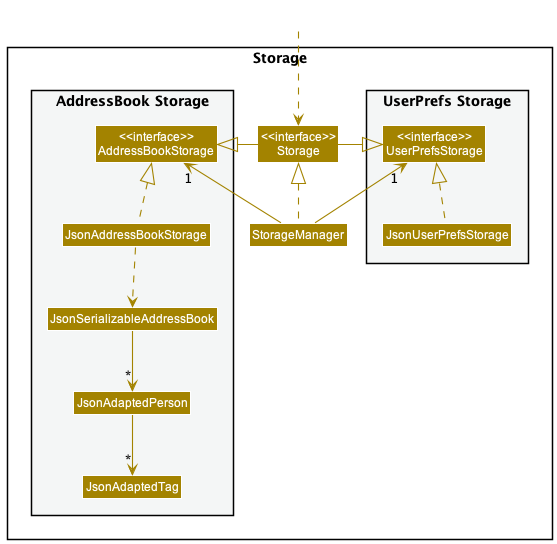
The PlantUML diagram docs/images/StorageClassDiagram.png in nus-cs2103-AY2223S1/tp, before a commit.
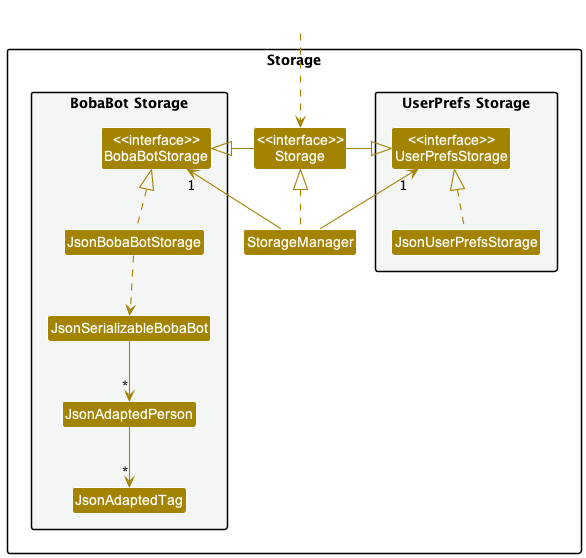
The same file after the commit.

What changed in the source:
```diff
@@ -14,10 +14,10 @@
 Class "<<interface>>\nStorage" as Storage
 Class StorageManager
 
-package "AddressBook Storage" #F4F6F6{
-Class "<<interface>>\nAddressBookStorage" as AddressBookStorage
-Class JsonAddressBookStorage
-Class JsonSerializableAddressBook
+package "BobaBot Storage" #F4F6F6{
+Class "<<interface>>\nBobaBotStorage" as BobaBotStorage
+Class JsonBobaBotStorage
+Class JsonSerializableBobaBot
 Class JsonAdaptedPerson
 Class JsonAdaptedTag
 }
@@ -29,15 +29,15 @@
 
 StorageManager .up.|> Storage
 StorageManager -up-> "1" UserPrefsStorage
-StorageManager -up-> "1" AddressBookStorage
+StorageManager -up-> "1" BobaBotStorage
 
 Storage -left-|> UserPrefsStorage
-Storage -right-|> AddressBookStorage
+Storage -right-|> BobaBotStorage
 
 JsonUserPrefsStorage .up.|> UserPrefsStorage
-JsonAddressBookStorage .up.|> AddressBookStorage
-JsonAddressBookStorage ..> JsonSerializableAddressBook
-JsonSerializableAddressBook --> "*" JsonAdaptedPerson
+JsonBobaBotStorage .up.|> BobaBotStorage
+JsonBobaBotStorage ..> JsonSerializableBobaBot
+JsonSerializableBobaBot --> "*" JsonAdaptedPerson
 JsonAdaptedPerson --> "*" JsonAdaptedTag
 
 @enduml
```
